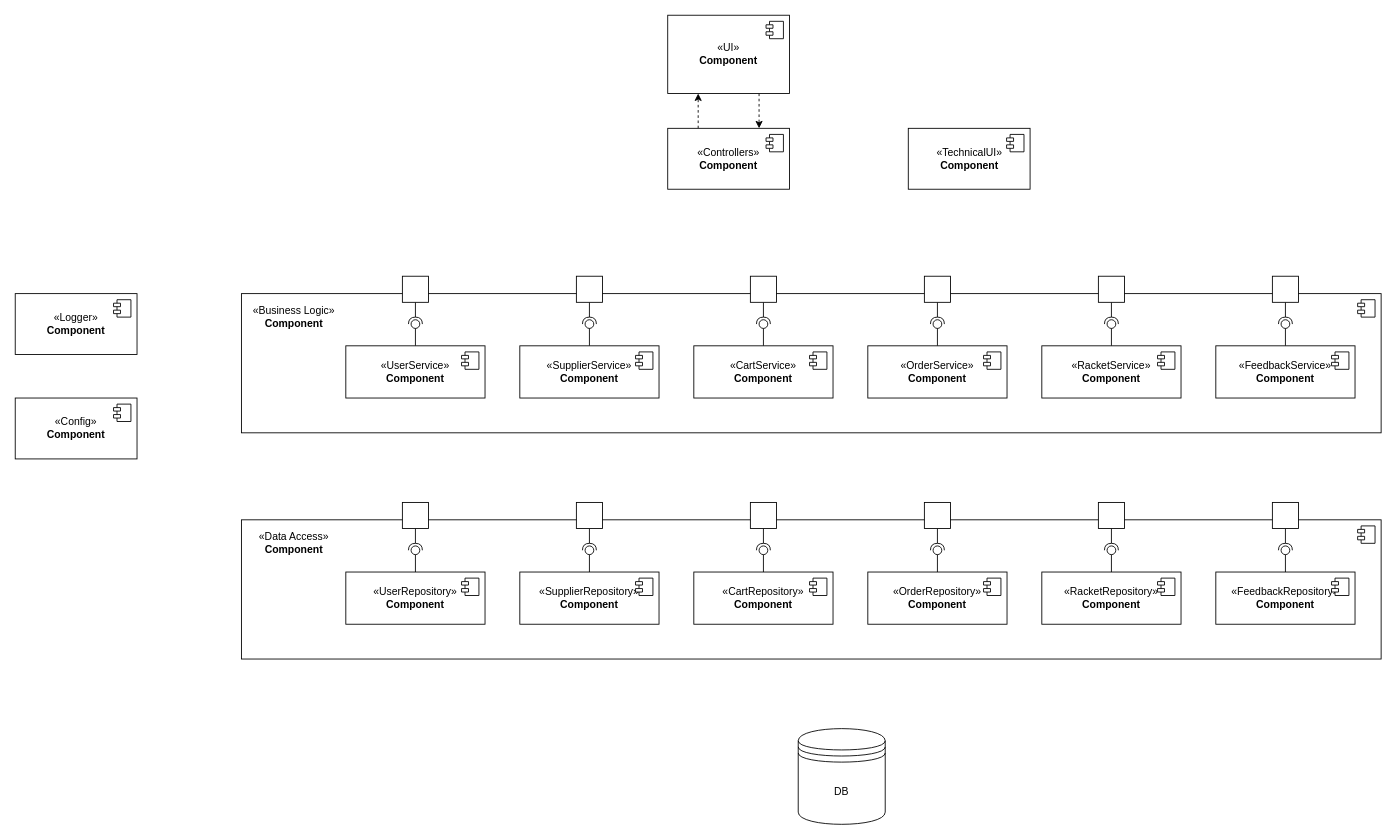
Before: page "New" (2 of 2) of schemes/raws/top_level_components.drawio in mshsvnv/SoftwareDesign, a draw.io diagram. Source tidied: cells renumbered, new cells numbered last; positions are measured from the earlier drawing's top-left corner, leaving out a move shared by most shapes. Both pictures are drawn from the tidied source at 87%, with x=0, y=0 at pixel (15, 15).
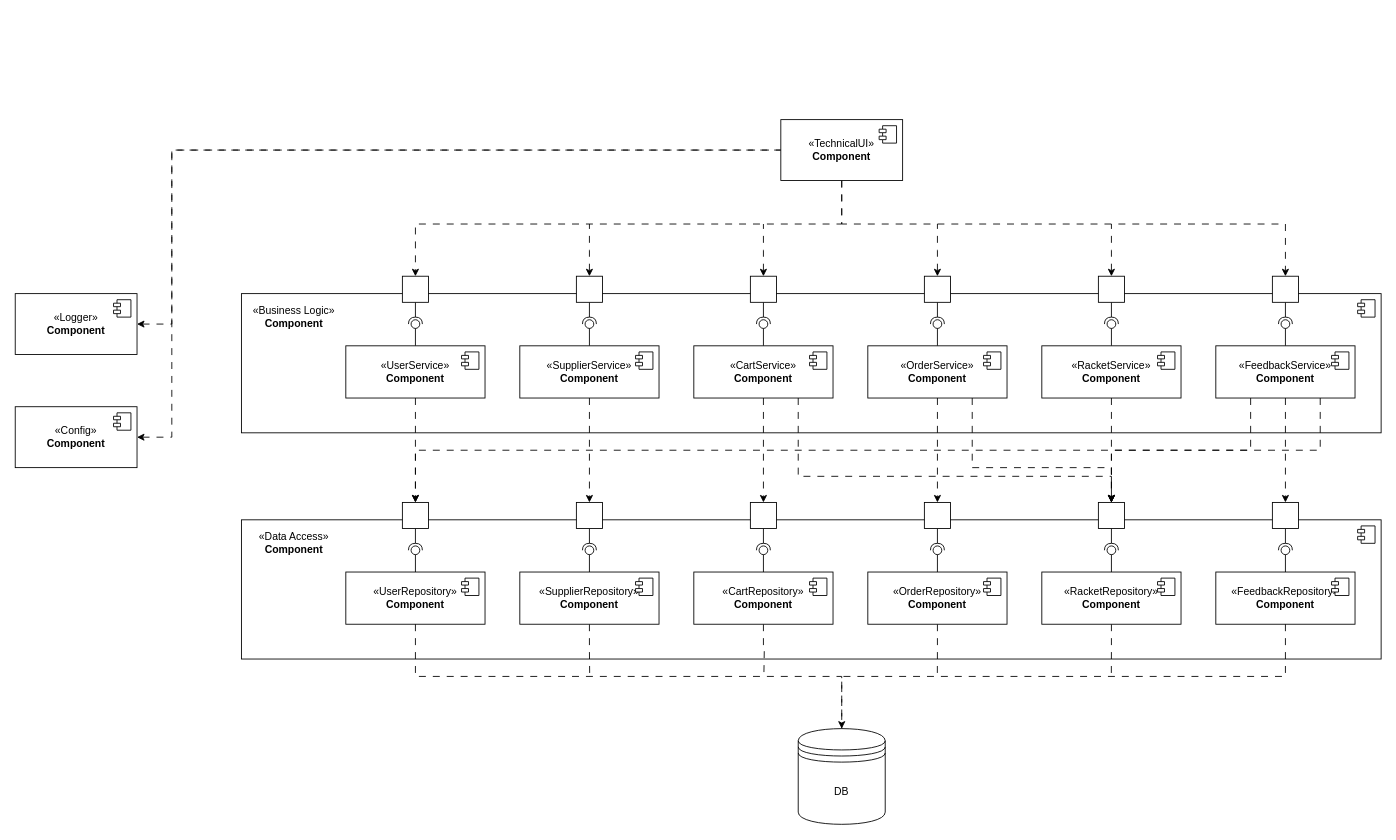
The same page after the edit.

The change refers to these unchanged cells:
```xml
<mxCell id="6" value="DB" style="shape=datastore;whiteSpace=wrap;html=1;" parent="1" vertex="1">
<mxCell id="13" style="group;" parent="1" vertex="1">
<mxCell id="19" style="rounded=0;whiteSpace=wrap;html=1;" parent="13" vertex="1">
<mxCell id="20" value="«UserService»&lt;br&gt;&lt;b&gt;Component&lt;/b&gt;" style="html=1;whiteSpace=wrap;" parent="13" vertex="1">
<mxCell id="25" style="rounded=0;whiteSpace=wrap;html=1;" parent="13" vertex="1">
<mxCell id="26" value="«SupplierService»&lt;br&gt;&lt;b&gt;Component&lt;/b&gt;" style="html=1;whiteSpace=wrap;" parent="13" vertex="1">
<mxCell id="31" style="rounded=0;whiteSpace=wrap;html=1;" parent="13" vertex="1">
<mxCell id="32" value="«CartService»&lt;br&gt;&lt;b&gt;Component&lt;/b&gt;" style="html=1;whiteSpace=wrap;" parent="13" vertex="1">
<mxCell id="37" style="rounded=0;whiteSpace=wrap;html=1;" parent="13" vertex="1">
<mxCell id="38" value="«OrderService»&lt;br&gt;&lt;b&gt;Component&lt;/b&gt;" style="html=1;whiteSpace=wrap;" parent="13" vertex="1">
<mxCell id="43" style="rounded=0;whiteSpace=wrap;html=1;" parent="13" vertex="1">
<mxCell id="44" value="«RacketService»&lt;br&gt;&lt;b&gt;Component&lt;/b&gt;" style="html=1;whiteSpace=wrap;" parent="13" vertex="1">
<mxCell id="49" style="rounded=0;whiteSpace=wrap;html=1;" parent="13" vertex="1">
<mxCell id="50" value="«FeedbackService»&lt;br&gt;&lt;b&gt;Component&lt;/b&gt;" style="html=1;whiteSpace=wrap;" parent="13" vertex="1">
<mxCell id="53" style="group;" parent="1" vertex="1">
<mxCell id="59" style="rounded=0;whiteSpace=wrap;html=1;" parent="53" vertex="1">
<mxCell id="60" value="«UserRepository»&lt;br&gt;&lt;b&gt;Component&lt;/b&gt;" style="html=1;whiteSpace=wrap;" parent="53" vertex="1">
<mxCell id="65" style="rounded=0;whiteSpace=wrap;html=1;" parent="53" vertex="1">
<mxCell id="66" value="«SupplierRepository»&lt;br&gt;&lt;b&gt;Component&lt;/b&gt;" style="html=1;whiteSpace=wrap;" parent="53" vertex="1">
<mxCell id="71" style="rounded=0;whiteSpace=wrap;html=1;" parent="53" vertex="1">
<mxCell id="72" value="«CartRepository»&lt;br&gt;&lt;b&gt;Component&lt;/b&gt;" style="html=1;whiteSpace=wrap;" parent="53" vertex="1">
<mxCell id="77" style="rounded=0;whiteSpace=wrap;html=1;" parent="53" vertex="1">
<mxCell id="78" value="«OrderRepository»&lt;br&gt;&lt;b&gt;Component&lt;/b&gt;" style="html=1;whiteSpace=wrap;" parent="53" vertex="1">
<mxCell id="83" style="rounded=0;whiteSpace=wrap;html=1;" parent="53" vertex="1">
<mxCell id="84" value="«RacketRepository»&lt;br&gt;&lt;b&gt;Component&lt;/b&gt;" style="html=1;whiteSpace=wrap;" parent="53" vertex="1">
<mxCell id="89" style="rounded=0;whiteSpace=wrap;html=1;" parent="53" vertex="1">
<mxCell id="90" value="«FeedbackRepository»&lt;br&gt;&lt;b&gt;Component&lt;/b&gt;" style="html=1;whiteSpace=wrap;" parent="53" vertex="1">
<mxCell id="93" value="«Logger»&lt;br&gt;&lt;b&gt;Component&lt;/b&gt;" style="html=1;whiteSpace=wrap;" parent="1" vertex="1">
```

Diff of the diagram source:
```diff
@@
+    <mxCell id="95" style="edgeStyle=orthogonalEdgeStyle;rounded=0;jettySize=auto;html=1;exitX=1;exitY=0.5;exitDx=0;exitDy=0;entryX=0;entryY=0.5;entryDx=0;entryDy=0;dashed=1;dashPattern=8 8;strokeColor=default;align=center;verticalAlign=middle;fontFamily=Helvetica;fontSize=11;fontColor=default;labelBackgroundColor=default;startArrow=classic;startFill=1;endArrow=none;endFill=0;" parent="1" edge="1" source="2" target="4">
+      <mxGeometry relative="1" as="geometry">
+        <Array as="points">
+          <mxPoint x="180" y="485" />
+          <mxPoint x="180" y="155" />
+        </Array>
+      </mxGeometry>
+    </mxCell>
     <mxCell id="2" value="«Config»&lt;br&gt;&lt;b&gt;Component&lt;/b&gt;" style="html=1;whiteSpace=wrap;" parent="1" vertex="1">
-      <mxGeometry y="440" width="140" height="70" as="geometry" />
+      <mxGeometry y="450" width="140" height="70" as="geometry" />
     </mxCell>
@@
+    <mxCell id="96" style="edgeStyle=orthogonalEdgeStyle;rounded=0;jettySize=auto;html=1;exitX=0.5;exitY=1;exitDx=0;exitDy=0;entryX=0.5;entryY=0;entryDx=0;entryDy=0;dashed=1;dashPattern=8 8;strokeColor=default;align=center;verticalAlign=middle;fontFamily=Helvetica;fontSize=11;fontColor=default;labelBackgroundColor=default;endArrow=classic;endFill=1;" parent="1" edge="1" source="4" target="19">
+      <mxGeometry relative="1" as="geometry">
+        <Array as="points">
+          <mxPoint x="950" y="240" />
+          <mxPoint x="460" y="240" />
+        </Array>
+      </mxGeometry>
+    </mxCell>
+    <mxCell id="97" style="edgeStyle=orthogonalEdgeStyle;rounded=0;jettySize=auto;html=1;exitX=0.5;exitY=1;exitDx=0;exitDy=0;entryX=0.5;entryY=0;entryDx=0;entryDy=0;dashed=1;dashPattern=8 8;strokeColor=default;align=center;verticalAlign=middle;fontFamily=Helvetica;fontSize=11;fontColor=default;labelBackgroundColor=default;startArrow=none;startFill=0;endArrow=classic;endFill=1;" parent="1" edge="1" source="4" target="49">
+      <mxGeometry relative="1" as="geometry">
+        <Array as="points">
+          <mxPoint x="950" y="240" />
+          <mxPoint x="1460" y="240" />
+        </Array>
+      </mxGeometry>
+    </mxCell>
     <mxCell id="4" value="«TechnicalUI»&lt;br&gt;&lt;b&gt;Component&lt;/b&gt;" style="html=1;whiteSpace=wrap;" parent="1" vertex="1">
-      <mxGeometry x="1026.5" y="130" width="140" height="70" as="geometry" />
+      <mxGeometry x="880" y="120" width="140" height="70" as="geometry" />
     </mxCell>
@@
-    <mxCell id="7" style="edgeStyle=orthogonalEdgeStyle;rounded=0;jettySize=auto;html=1;exitX=0.75;exitY=1;exitDx=0;exitDy=0;entryX=0.75;entryY=0;entryDx=0;entryDy=0;dashed=1;" parent="1" edge="1" source="8" target="11">
-      <mxGeometry relative="1" as="geometry" />
-    </mxCell>
-    <mxCell id="8" value="«UI»&lt;br&gt;&lt;b&gt;Component&lt;/b&gt;" style="html=1;whiteSpace=wrap;" parent="1" vertex="1">
-      <mxGeometry x="750" width="140" height="90" as="geometry" />
-    </mxCell>
-    <mxCell id="9" style="shape=module;jettyWidth=8;jettyHeight=4;" parent="8" vertex="1">
-      <mxGeometry x="1" width="20" height="20" relative="1" as="geometry">
-        <mxPoint x="-27" y="7" as="offset" />
-      </mxGeometry>
-    </mxCell>
-    <mxCell id="10" style="edgeStyle=orthogonalEdgeStyle;rounded=0;jettySize=auto;html=1;exitX=0.25;exitY=0;exitDx=0;exitDy=0;entryX=0.25;entryY=1;entryDx=0;entryDy=0;dashed=1;" parent="1" edge="1" source="11" target="8">
-      <mxGeometry relative="1" as="geometry" />
-    </mxCell>
-    <mxCell id="11" value="«Controllers»&lt;br&gt;&lt;b&gt;Component&lt;/b&gt;" style="html=1;whiteSpace=wrap;" parent="1" vertex="1">
-      <mxGeometry x="750" y="130" width="140" height="70" as="geometry" />
-    </mxCell>
-    <mxCell id="12" style="shape=module;jettyWidth=8;jettyHeight=4;" parent="11" vertex="1">
-      <mxGeometry x="1" width="20" height="20" relative="1" as="geometry">
-        <mxPoint x="-27" y="7" as="offset" />
-      </mxGeometry>
-    </mxCell>
@@
+    <mxCell id="98" style="edgeStyle=orthogonalEdgeStyle;rounded=0;jettySize=auto;html=1;exitX=0.5;exitY=0;exitDx=0;exitDy=0;dashed=1;dashPattern=8 8;strokeColor=default;align=center;verticalAlign=middle;fontFamily=Helvetica;fontSize=11;fontColor=default;labelBackgroundColor=default;endArrow=none;endFill=0;startArrow=classic;startFill=1;" parent="13" edge="1" source="25">
+      <mxGeometry relative="1" as="geometry">
+        <mxPoint x="400" y="-60" as="targetPoint" />
+      </mxGeometry>
+    </mxCell>
@@
+    <mxCell id="99" style="edgeStyle=orthogonalEdgeStyle;rounded=0;jettySize=auto;html=1;exitX=0.5;exitY=0;exitDx=0;exitDy=0;dashed=1;dashPattern=8 8;strokeColor=default;align=center;verticalAlign=middle;fontFamily=Helvetica;fontSize=11;fontColor=default;labelBackgroundColor=default;startArrow=classic;startFill=1;endArrow=none;endFill=0;" parent="13" edge="1" source="31">
+      <mxGeometry relative="1" as="geometry">
+        <mxPoint x="600" y="-60" as="targetPoint" />
+      </mxGeometry>
+    </mxCell>
@@
+    <mxCell id="100" style="edgeStyle=orthogonalEdgeStyle;rounded=0;jettySize=auto;html=1;exitX=0.5;exitY=0;exitDx=0;exitDy=0;dashed=1;dashPattern=8 8;strokeColor=default;align=center;verticalAlign=middle;fontFamily=Helvetica;fontSize=11;fontColor=default;labelBackgroundColor=default;startArrow=classic;startFill=1;endArrow=none;endFill=0;" parent="13" edge="1" source="37">
+      <mxGeometry relative="1" as="geometry">
+        <mxPoint x="800" y="-60" as="targetPoint" />
+      </mxGeometry>
+    </mxCell>
@@
+    <mxCell id="101" style="edgeStyle=orthogonalEdgeStyle;rounded=0;jettySize=auto;html=1;exitX=0.5;exitY=0;exitDx=0;exitDy=0;dashed=1;dashPattern=8 8;strokeColor=default;align=center;verticalAlign=middle;fontFamily=Helvetica;fontSize=11;fontColor=default;labelBackgroundColor=default;startArrow=classic;startFill=1;endArrow=none;endFill=0;" parent="13" edge="1" source="43">
+      <mxGeometry relative="1" as="geometry">
+        <mxPoint x="1000" y="-60" as="targetPoint" />
+      </mxGeometry>
+    </mxCell>
@@
+    <mxCell id="102" style="edgeStyle=orthogonalEdgeStyle;rounded=0;jettySize=auto;html=1;exitX=0.5;exitY=1;exitDx=0;exitDy=0;dashed=1;dashPattern=8 8;strokeColor=default;align=center;verticalAlign=middle;fontFamily=Helvetica;fontSize=11;fontColor=default;labelBackgroundColor=default;endArrow=none;endFill=0;" parent="53" edge="1" source="66">
+      <mxGeometry relative="1" as="geometry">
+        <mxPoint x="400.3" y="200" as="targetPoint" />
+      </mxGeometry>
+    </mxCell>
@@
+    <mxCell id="103" style="edgeStyle=orthogonalEdgeStyle;rounded=0;jettySize=auto;html=1;exitX=0.5;exitY=1;exitDx=0;exitDy=0;dashed=1;dashPattern=8 8;strokeColor=default;align=center;verticalAlign=middle;fontFamily=Helvetica;fontSize=11;fontColor=default;labelBackgroundColor=default;endArrow=none;endFill=0;" parent="53" edge="1" source="72">
+      <mxGeometry relative="1" as="geometry">
+        <mxPoint x="600.5" y="200" as="targetPoint" />
+      </mxGeometry>
+    </mxCell>
@@
+    <mxCell id="104" style="edgeStyle=orthogonalEdgeStyle;rounded=0;jettySize=auto;html=1;exitX=0.5;exitY=1;exitDx=0;exitDy=0;dashed=1;dashPattern=8 8;strokeColor=default;align=center;verticalAlign=middle;fontFamily=Helvetica;fontSize=11;fontColor=default;labelBackgroundColor=default;endArrow=none;endFill=0;" parent="53" edge="1" source="78">
+      <mxGeometry relative="1" as="geometry">
+        <mxPoint x="799.9" y="200" as="targetPoint" />
+      </mxGeometry>
+    </mxCell>
@@
+    <mxCell id="105" style="edgeStyle=orthogonalEdgeStyle;rounded=0;jettySize=auto;html=1;exitX=0.5;exitY=1;exitDx=0;exitDy=0;dashed=1;dashPattern=8 8;strokeColor=default;align=center;verticalAlign=middle;fontFamily=Helvetica;fontSize=11;fontColor=default;labelBackgroundColor=default;endArrow=none;endFill=0;" parent="53" edge="1" source="84">
+      <mxGeometry relative="1" as="geometry">
+        <mxPoint x="999.9" y="200" as="targetPoint" />
+      </mxGeometry>
+    </mxCell>
@@
+    <mxCell id="106" style="edgeStyle=orthogonalEdgeStyle;rounded=0;jettySize=auto;html=1;exitX=1;exitY=0.5;exitDx=0;exitDy=0;dashed=1;dashPattern=8 8;strokeColor=default;align=center;verticalAlign=middle;fontFamily=Helvetica;fontSize=11;fontColor=default;labelBackgroundColor=default;startArrow=classic;startFill=1;endArrow=none;endFill=0;entryX=0;entryY=0.5;entryDx=0;entryDy=0;" parent="1" edge="1" source="93" target="4">
+      <mxGeometry relative="1" as="geometry">
+        <Array as="points">
+          <mxPoint x="180" y="355" />
+          <mxPoint x="180" y="155" />
+        </Array>
+      </mxGeometry>
+    </mxCell>
@@
+    <mxCell id="107" style="edgeStyle=orthogonalEdgeStyle;rounded=0;jettySize=auto;html=1;exitX=0.5;exitY=1;exitDx=0;exitDy=0;entryX=0.5;entryY=0;entryDx=0;entryDy=0;dashed=1;dashPattern=8 8;" parent="1" edge="1" source="60" target="6">
+      <mxGeometry relative="1" as="geometry" />
+    </mxCell>
+    <mxCell id="108" style="edgeStyle=orthogonalEdgeStyle;rounded=0;jettySize=auto;html=1;exitX=0.5;exitY=1;exitDx=0;exitDy=0;entryX=0.5;entryY=0;entryDx=0;entryDy=0;dashed=1;dashPattern=8 8;strokeColor=default;align=center;verticalAlign=middle;fontFamily=Helvetica;fontSize=11;fontColor=default;labelBackgroundColor=default;endArrow=none;endFill=0;" parent="1" edge="1" source="90" target="6">
+      <mxGeometry relative="1" as="geometry" />
+    </mxCell>
+    <mxCell id="109" style="edgeStyle=orthogonalEdgeStyle;rounded=0;jettySize=auto;html=1;exitX=0.5;exitY=1;exitDx=0;exitDy=0;dashed=1;dashPattern=8 8;strokeColor=default;align=center;verticalAlign=middle;fontFamily=Helvetica;fontSize=11;fontColor=default;labelBackgroundColor=default;endArrow=classic;endFill=1;" parent="1" edge="1" source="20" target="59">
+      <mxGeometry relative="1" as="geometry" />
+    </mxCell>
+    <mxCell id="110" style="edgeStyle=orthogonalEdgeStyle;rounded=0;jettySize=auto;html=1;exitX=0.5;exitY=1;exitDx=0;exitDy=0;entryX=0.5;entryY=0;entryDx=0;entryDy=0;dashed=1;dashPattern=8 8;strokeColor=default;align=center;verticalAlign=middle;fontFamily=Helvetica;fontSize=11;fontColor=default;labelBackgroundColor=default;endArrow=classic;endFill=1;" parent="1" edge="1" source="26" target="65">
+      <mxGeometry relative="1" as="geometry" />
+    </mxCell>
+    <mxCell id="111" style="edgeStyle=orthogonalEdgeStyle;rounded=0;jettySize=auto;html=1;exitX=0.5;exitY=1;exitDx=0;exitDy=0;dashed=1;dashPattern=8 8;strokeColor=default;align=center;verticalAlign=middle;fontFamily=Helvetica;fontSize=11;fontColor=default;labelBackgroundColor=default;endArrow=classic;endFill=1;" parent="1" edge="1" source="32" target="71">
+      <mxGeometry relative="1" as="geometry" />
+    </mxCell>
+    <mxCell id="112" style="edgeStyle=orthogonalEdgeStyle;rounded=0;jettySize=auto;html=1;exitX=0.5;exitY=1;exitDx=0;exitDy=0;dashed=1;dashPattern=8 8;strokeColor=default;align=center;verticalAlign=middle;fontFamily=Helvetica;fontSize=11;fontColor=default;labelBackgroundColor=default;endArrow=classic;endFill=1;" parent="1" edge="1" source="38" target="77">
+      <mxGeometry relative="1" as="geometry" />
+    </mxCell>
+    <mxCell id="113" style="edgeStyle=orthogonalEdgeStyle;rounded=0;jettySize=auto;html=1;exitX=0.5;exitY=1;exitDx=0;exitDy=0;entryX=0.5;entryY=0;entryDx=0;entryDy=0;dashed=1;dashPattern=8 8;strokeColor=default;align=center;verticalAlign=middle;fontFamily=Helvetica;fontSize=11;fontColor=default;labelBackgroundColor=default;endArrow=classic;endFill=1;" parent="1" edge="1" source="44" target="83">
+      <mxGeometry relative="1" as="geometry" />
+    </mxCell>
+    <mxCell id="114" style="edgeStyle=orthogonalEdgeStyle;rounded=0;jettySize=auto;html=1;exitX=0.5;exitY=1;exitDx=0;exitDy=0;entryX=0.5;entryY=0;entryDx=0;entryDy=0;dashed=1;dashPattern=8 8;strokeColor=default;align=center;verticalAlign=middle;fontFamily=Helvetica;fontSize=11;fontColor=default;labelBackgroundColor=default;endArrow=classic;endFill=1;" parent="1" edge="1" source="50" target="89">
+      <mxGeometry relative="1" as="geometry" />
+    </mxCell>
+    <mxCell id="115" style="edgeStyle=orthogonalEdgeStyle;rounded=0;jettySize=auto;html=1;exitX=0.75;exitY=1;exitDx=0;exitDy=0;entryX=0.5;entryY=0;entryDx=0;entryDy=0;dashed=1;dashPattern=8 8;strokeColor=default;align=center;verticalAlign=middle;fontFamily=Helvetica;fontSize=11;fontColor=default;labelBackgroundColor=default;endArrow=classic;endFill=1;" parent="1" edge="1" source="50" target="83">
+      <mxGeometry relative="1" as="geometry">
+        <Array as="points">
+          <mxPoint x="1500" y="500" />
+          <mxPoint x="1260" y="500" />
+        </Array>
+      </mxGeometry>
+    </mxCell>
+    <mxCell id="116" style="edgeStyle=orthogonalEdgeStyle;rounded=0;jettySize=auto;html=1;exitX=0.25;exitY=1;exitDx=0;exitDy=0;entryX=0.5;entryY=0;entryDx=0;entryDy=0;dashed=1;dashPattern=8 8;strokeColor=default;align=center;verticalAlign=middle;fontFamily=Helvetica;fontSize=11;fontColor=default;labelBackgroundColor=default;endArrow=classic;endFill=1;" parent="1" edge="1" source="50" target="59">
+      <mxGeometry relative="1" as="geometry">
+        <Array as="points">
+          <mxPoint x="1420" y="500" />
+          <mxPoint x="460" y="500" />
+        </Array>
+      </mxGeometry>
+    </mxCell>
+    <mxCell id="117" style="edgeStyle=orthogonalEdgeStyle;rounded=0;jettySize=auto;html=1;exitX=0.75;exitY=1;exitDx=0;exitDy=0;entryX=0.5;entryY=0;entryDx=0;entryDy=0;dashed=1;dashPattern=8 8;strokeColor=default;align=center;verticalAlign=middle;fontFamily=Helvetica;fontSize=11;fontColor=default;labelBackgroundColor=default;endArrow=classic;endFill=1;" parent="1" edge="1" source="32" target="83">
+      <mxGeometry relative="1" as="geometry">
+        <Array as="points">
+          <mxPoint x="900" y="530" />
+          <mxPoint x="1260" y="530" />
+        </Array>
+      </mxGeometry>
+    </mxCell>
+    <mxCell id="118" style="edgeStyle=orthogonalEdgeStyle;rounded=0;jettySize=auto;html=1;exitX=0.75;exitY=1;exitDx=0;exitDy=0;entryX=0.5;entryY=0;entryDx=0;entryDy=0;dashed=1;dashPattern=8 8;strokeColor=default;align=center;verticalAlign=middle;fontFamily=Helvetica;fontSize=11;fontColor=default;labelBackgroundColor=default;endArrow=classic;endFill=1;" parent="1" edge="1" source="38" target="83">
+      <mxGeometry relative="1" as="geometry">
+        <Array as="points">
+          <mxPoint x="1100" y="520" />
+          <mxPoint x="1260" y="520" />
+        </Array>
+      </mxGeometry>
+    </mxCell>
```
